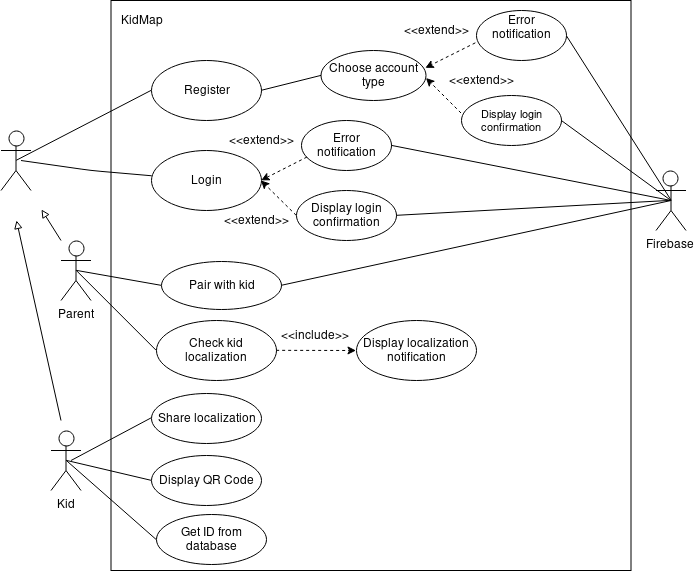
Earlier version of the draw.io export mockup/use-case-diag.png (damian199674/KidMap-1). Source tidied: cells renumbered, new cells last; positions are measured from the earlier drawing's top-left corner, leaving out a move shared by most shapes.
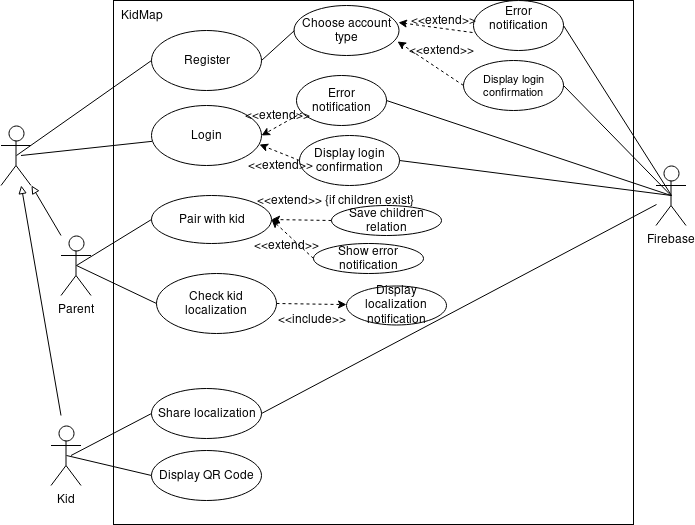
After the change.

Commit message:
Update use case diagram

Change to the diagram source:
```diff
@@ -6,22 +6,22 @@
       <mxGeometry x="0.5" y="130" width="30" height="60" as="geometry" />
     </mxCell>
     <mxCell id="3" style="rounded=0;whiteSpace=wrap;html=1;" parent="1" vertex="1">
-      <mxGeometry x="110.5" width="520" height="570" as="geometry" />
+      <mxGeometry x="113" y="5" width="520" height="524" as="geometry" />
     </mxCell>
     <mxCell id="4" value="KidMap" style="text;html=1;strokeColor=none;fillColor=none;align=center;verticalAlign=middle;whiteSpace=wrap;rounded=0;" parent="1" vertex="1">
       <mxGeometry x="120.5" y="10" width="40" height="20" as="geometry" />
     </mxCell>
     <mxCell id="5" value="Register" style="ellipse;whiteSpace=wrap;html=1;" parent="1" vertex="1">
-      <mxGeometry x="150.5" y="60" width="110" height="60" as="geometry" />
+      <mxGeometry x="150.5" y="35" width="110" height="60" as="geometry" />
     </mxCell>
     <mxCell id="6" value="Error notification" style="ellipse;whiteSpace=wrap;html=1;" parent="1" vertex="1">
-      <mxGeometry x="300.5" y="120" width="90" height="50" as="geometry" />
+      <mxGeometry x="296" y="80" width="90" height="50" as="geometry" />
     </mxCell>
     <mxCell id="7" value="&lt;div&gt;Display login confirmation&lt;/div&gt;" style="ellipse;whiteSpace=wrap;html=1;" parent="1" vertex="1">
-      <mxGeometry x="295.5" y="190" width="100" height="50" as="geometry" />
+      <mxGeometry x="298.5" y="140" width="100" height="50" as="geometry" />
     </mxCell>
     <mxCell id="8" value="Login" style="ellipse;whiteSpace=wrap;html=1;" parent="1" vertex="1">
-      <mxGeometry x="150.5" y="150" width="110" height="60" as="geometry" />
+      <mxGeometry x="150.5" y="110" width="110" height="60" as="geometry" />
     </mxCell>
     <mxCell id="9" value="Firebase" style="shape=umlActor;verticalLabelPosition=bottom;labelBackgroundColor=#ffffff;verticalAlign=top;html=1;outlineConnect=0;" parent="1" vertex="1">
       <mxGeometry x="655.5" y="170" width="30" height="60" as="geometry" />
@@ -29,16 +29,14 @@
     <mxCell id="10" style="endArrow=none;html=1;entryX=0;entryY=0.5;entryDx=0;entryDy=0;exitX=0.5;exitY=0.5;exitDx=0;exitDy=0;exitPerimeter=0;" parent="1" edge="1" source="2" target="5">
       <mxGeometry relative="1" as="geometry" />
     </mxCell>
-    <mxCell id="11" style="endArrow=block;html=1;endFill=0;" parent="1" edge="1">
+    <mxCell id="11" style="endArrow=block;html=1;endFill=0;entryX=1;entryY=1;entryDx=0;entryDy=0;entryPerimeter=0;" parent="1" edge="1" target="2">
       <mxGeometry relative="1" as="geometry">
         <mxPoint x="60.5" y="240" as="sourcePoint" />
-        <mxPoint x="41" y="209" as="targetPoint" />
       </mxGeometry>
     </mxCell>
-    <mxCell id="12" style="endArrow=block;html=1;endFill=0;" parent="1" edge="1">
+    <mxCell id="12" style="endArrow=block;html=1;endFill=0;" parent="1" edge="1" target="2">
       <mxGeometry relative="1" as="geometry">
         <mxPoint x="60.5" y="420" as="sourcePoint" />
-        <mxPoint x="16" y="220" as="targetPoint" />
       </mxGeometry>
     </mxCell>
     <mxCell id="13" value="Parent" style="shape=umlActor;verticalLabelPosition=bottom;labelBackgroundColor=#ffffff;verticalAlign=top;html=1;outlineConnect=0;" parent="1" vertex="1">
@@ -52,14 +50,14 @@
     </mxCell>
     <mxCell id="16" style="endArrow=classic;dashed=1;html=1;endFill=1;exitX=0;exitY=0.5;exitDx=0;exitDy=0;" parent="1" edge="1" source="7">
       <mxGeometry relative="1" as="geometry">
-        <mxPoint x="260.5" y="180" as="targetPoint" />
+        <mxPoint x="259" y="149" as="targetPoint" />
       </mxGeometry>
     </mxCell>
     <mxCell id="17" value="&amp;lt;&amp;lt;extend&amp;gt;&amp;gt;" style="text;html=1;strokeColor=none;fillColor=none;align=center;verticalAlign=middle;whiteSpace=wrap;rounded=0;" parent="1" vertex="1">
-      <mxGeometry x="240.5" y="130" width="40" height="20" as="geometry" />
+      <mxGeometry x="256" y="110" width="40" height="20" as="geometry" />
     </mxCell>
-    <mxCell id="18" value="&amp;lt;&amp;lt;extend&amp;gt;&amp;gt;" style="text;html=1;strokeColor=none;fillColor=none;align=center;verticalAlign=middle;whiteSpace=wrap;rounded=0;" parent="1" vertex="1">
-      <mxGeometry x="235.5" y="210" width="40" height="20" as="geometry" />
+    <mxCell id="18" value="&amp;lt;&amp;lt;extend&amp;gt;&amp;gt;" style="text;html=1;strokeColor=none;fillColor=none;align=center;verticalAlign=middle;whiteSpace=wrap;rounded=0;direction=south;" parent="1" vertex="1">
+      <mxGeometry x="269.5" y="150" width="20" height="40" as="geometry" />
     </mxCell>
     <mxCell id="19" style="endArrow=none;html=1;exitX=1;exitY=0.5;exitDx=0;exitDy=0;" parent="1" edge="1" source="6">
       <mxGeometry relative="1" as="geometry">
@@ -70,16 +68,16 @@
       <mxGeometry relative="1" as="geometry" />
     </mxCell>
     <mxCell id="21" value="Choose account type" style="ellipse;whiteSpace=wrap;html=1;" parent="1" vertex="1">
-      <mxGeometry x="320.5" y="50" width="105" height="50" as="geometry" />
+      <mxGeometry x="293.5" y="10" width="105" height="50" as="geometry" />
     </mxCell>
     <mxCell id="22" value="Check kid localization" style="ellipse;whiteSpace=wrap;html=1;" parent="1" vertex="1">
-      <mxGeometry x="155.5" y="320" width="120" height="60" as="geometry" />
+      <mxGeometry x="155.5" y="278" width="120" height="60" as="geometry" />
     </mxCell>
     <mxCell id="23" value="&lt;div&gt;Display localization notification&lt;/div&gt;" style="ellipse;whiteSpace=wrap;html=1;" parent="1" vertex="1">
-      <mxGeometry x="355.5" y="320" width="120" height="60" as="geometry" />
+      <mxGeometry x="346" y="290" width="100" height="39" as="geometry" />
     </mxCell>
     <mxCell id="24" value="Pair with kid" style="ellipse;whiteSpace=wrap;html=1;" parent="1" vertex="1">
-      <mxGeometry x="160.5" y="261" width="120" height="48" as="geometry" />
+      <mxGeometry x="150.5" y="200" width="120" height="48" as="geometry" />
     </mxCell>
     <mxCell id="25" style="endArrow=none;html=1;entryX=0;entryY=0.5;entryDx=0;entryDy=0;exitX=0.5;exitY=0.5;exitDx=0;exitDy=0;exitPerimeter=0;" parent="1" edge="1" source="13" target="24">
       <mxGeometry relative="1" as="geometry" />
@@ -90,9 +88,6 @@
     <mxCell id="27" style="endArrow=none;html=1;" parent="1" edge="1" target="8">
       <mxGeometry relative="1" as="geometry">
         <mxPoint x="20.5" y="160" as="sourcePoint" />
-        <Array as="points">
-          <mxPoint x="90.5" y="170" />
-        </Array>
       </mxGeometry>
     </mxCell>
     <mxCell id="28" value="&lt;div&gt;Share localization&lt;/div&gt;" style="ellipse;whiteSpace=wrap;html=1;" parent="1" vertex="1">
@@ -106,25 +101,20 @@
     <mxCell id="30" style="endArrow=none;html=1;exitX=1;exitY=0.5;exitDx=0;exitDy=0;entryX=0.5;entryY=0.5;entryDx=0;entryDy=0;entryPerimeter=0;" parent="1" edge="1" source="35" target="9">
       <mxGeometry relative="1" as="geometry" />
     </mxCell>
-    <mxCell id="31" style="endArrow=none;html=1;exitX=1;exitY=0.5;exitDx=0;exitDy=0;" parent="1" edge="1" source="24">
-      <mxGeometry relative="1" as="geometry">
-        <mxPoint x="670.5" y="200" as="targetPoint" />
-      </mxGeometry>
-    </mxCell>
     <mxCell id="32" style="endArrow=classic;dashed=1;html=1;endFill=1;exitX=1;exitY=0.5;exitDx=0;exitDy=0;" parent="1" edge="1" source="22" target="23">
       <mxGeometry relative="1" as="geometry" />
     </mxCell>
     <mxCell id="33" value="&amp;lt;&amp;lt;include&amp;gt;&amp;gt;" style="text;html=1;strokeColor=none;fillColor=none;align=center;verticalAlign=middle;whiteSpace=wrap;rounded=0;" parent="1" vertex="1">
-      <mxGeometry x="286" y="319" width="55" height="31" as="geometry" />
+      <mxGeometry x="283.5" y="308" width="55" height="31" as="geometry" />
     </mxCell>
     <mxCell id="34" style="endArrow=none;html=1;exitX=1;exitY=0.5;exitDx=0;exitDy=0;entryX=0;entryY=0.5;entryDx=0;entryDy=0;" parent="1" edge="1" source="5" target="21">
       <mxGeometry relative="1" as="geometry" />
     </mxCell>
     <mxCell id="35" value="&lt;div&gt;Error notification&lt;/div&gt;&lt;div&gt;&lt;br&gt;&lt;/div&gt;" style="ellipse;whiteSpace=wrap;html=1;" parent="1" vertex="1">
-      <mxGeometry x="475.5" y="10" width="90" height="50" as="geometry" />
+      <mxGeometry x="472.5" y="5" width="90" height="50" as="geometry" />
     </mxCell>
     <mxCell id="36" value="Display login confirmation" style="ellipse;whiteSpace=wrap;html=1;fontSize=11;" parent="1" vertex="1">
-      <mxGeometry x="460.5" y="95" width="100" height="50" as="geometry" />
+      <mxGeometry x="462.5" y="65" width="100" height="50" as="geometry" />
     </mxCell>
     <mxCell id="37" style="endArrow=none;html=1;exitX=1;exitY=0.5;exitDx=0;exitDy=0;" parent="1" edge="1" source="36">
       <mxGeometry relative="1" as="geometry">
@@ -134,17 +124,14 @@
     <mxCell id="38" style="endArrow=classic;dashed=1;html=1;endFill=1;entryX=0.992;entryY=0.339;entryDx=0;entryDy=0;entryPerimeter=0;exitX=-0.004;exitY=0.641;exitDx=0;exitDy=0;exitPerimeter=0;" parent="1" edge="1" source="35" target="21">
       <mxGeometry relative="1" as="geometry" />
     </mxCell>
-    <mxCell id="39" style="endArrow=classic;dashed=1;html=1;endFill=1;exitX=0;exitY=0.5;exitDx=0;exitDy=0;" parent="1" edge="1">
-      <mxGeometry relative="1" as="geometry">
-        <mxPoint x="460.5" y="112.5" as="sourcePoint" />
-        <mxPoint x="425.5" y="77.5" as="targetPoint" />
-      </mxGeometry>
+    <mxCell id="39" style="endArrow=classic;dashed=1;html=1;endFill=1;exitX=0;exitY=0.5;exitDx=0;exitDy=0;entryX=0.984;entryY=0.711;entryDx=0;entryDy=0;entryPerimeter=0;" parent="1" edge="1" source="36" target="21">
+      <mxGeometry relative="1" as="geometry" />
     </mxCell>
     <mxCell id="40" value="&amp;lt;&amp;lt;extend&amp;gt;&amp;gt;" style="text;html=1;strokeColor=none;fillColor=none;align=center;verticalAlign=middle;whiteSpace=wrap;rounded=0;" parent="1" vertex="1">
-      <mxGeometry x="415.5" y="20" width="40" height="20" as="geometry" />
+      <mxGeometry x="422.5" y="15" width="40" height="20" as="geometry" />
     </mxCell>
     <mxCell id="41" value="&amp;lt;&amp;lt;extend&amp;gt;&amp;gt;" style="text;html=1;strokeColor=none;fillColor=none;align=center;verticalAlign=middle;whiteSpace=wrap;rounded=0;" parent="1" vertex="1">
-      <mxGeometry x="460.5" y="70" width="40" height="20" as="geometry" />
+      <mxGeometry x="420.5" y="45" width="40" height="20" as="geometry" />
     </mxCell>
     <mxCell id="42" style="endArrow=none;html=1;exitX=0;exitY=0.5;exitDx=0;exitDy=0;entryX=0.5;entryY=0.5;entryDx=0;entryDy=0;entryPerimeter=0;" parent="1" edge="1" source="43" target="14">
       <mxGeometry relative="1" as="geometry" />
@@ -152,11 +139,28 @@
     <mxCell id="43" value="Display QR Code" style="ellipse;whiteSpace=wrap;html=1;" parent="1" vertex="1">
       <mxGeometry x="150.5" y="455" width="110" height="50" as="geometry" />
     </mxCell>
-    <mxCell id="44" value="Get ID from database" style="ellipse;whiteSpace=wrap;html=1;" parent="1" vertex="1">
-      <mxGeometry x="155.5" y="514" width="110" height="50" as="geometry" />
-    </mxCell>
-    <mxCell id="45" style="endArrow=none;html=1;exitX=0;exitY=0.5;exitDx=0;exitDy=0;entryX=0.5;entryY=0.5;entryDx=0;entryDy=0;entryPerimeter=0;" parent="1" edge="1" source="44" target="14">
-      <mxGeometry relative="1" as="geometry" />
-    </mxCell>
+    <mxCell id="46" style="endArrow=none;html=1;exitX=1;exitY=0.5;exitDx=0;exitDy=0;" parent="1" edge="1" source="28">
+      <mxGeometry relative="1" as="geometry">
+        <mxPoint x="656" y="209" as="targetPoint" />
+      </mxGeometry>
+    </mxCell>
+    <mxCell id="47" style="endArrow=classic;dashed=1;html=1;entryX=1;entryY=0.5;entryDx=0;entryDy=0;exitX=0;exitY=0.5;exitDx=0;exitDy=0;endFill=1;" parent="1" edge="1" source="48" target="24">
+      <mxGeometry relative="1" as="geometry" />
+    </mxCell>
+    <mxCell id="48" value="Save children relation" style="ellipse;whiteSpace=wrap;html=1;" parent="1" vertex="1">
+      <mxGeometry x="330.5" y="210" width="110" height="30" as="geometry" />
+    </mxCell>
+    <mxCell id="49" value="Show error notification" style="ellipse;whiteSpace=wrap;html=1;" parent="1" vertex="1">
+      <mxGeometry x="312.5" y="248" width="110" height="30" as="geometry" />
+    </mxCell>
+    <mxCell id="50" style="endArrow=classic;dashed=1;html=1;entryX=1;entryY=0.5;entryDx=0;entryDy=0;endFill=1;exitX=0;exitY=0.5;exitDx=0;exitDy=0;" parent="1" edge="1" source="49" target="24">
+      <mxGeometry relative="1" as="geometry" />
+    </mxCell>
+    <mxCell id="51" value="&amp;lt;&amp;lt;extend&amp;gt;&amp;gt; {if children exist}" style="text;html=1;strokeColor=none;fillColor=none;align=center;verticalAlign=middle;whiteSpace=wrap;rounded=0;direction=south;" parent="1" vertex="1">
+      <mxGeometry x="225.5" y="185" width="217" height="40" as="geometry" />
+    </mxCell>
+    <mxCell id="52" value="&amp;lt;&amp;lt;extend&amp;gt;&amp;gt;" style="text;html=1;strokeColor=none;fillColor=none;align=center;verticalAlign=middle;whiteSpace=wrap;rounded=0;direction=south;" parent="1" vertex="1">
+      <mxGeometry x="275.5" y="230" width="20" height="40" as="geometry" />
+    </mxCell>
   </root>
 </mxGraphModel>
```
